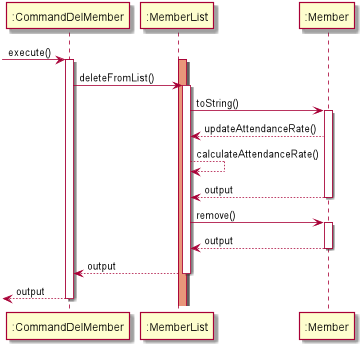
Earlier version of the PlantUML export docs/hrDiagramPic/CommandDelMember.png (nus-cs2113-AY2021S1/tp).
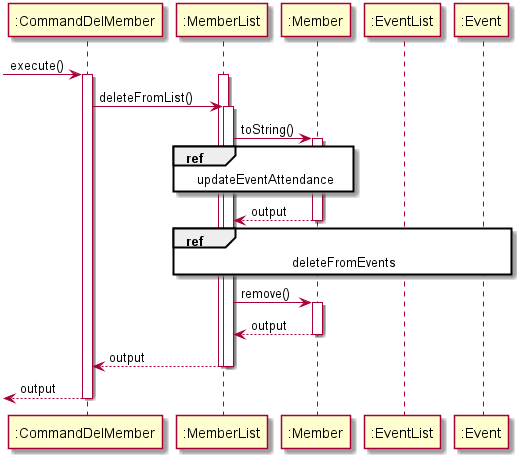
The same file after the commit.

The edit, as a diff of the source:
```diff
@@ -3,18 +3,24 @@
  -> ":CommandDelMember": execute()
 activate ":CommandDelMember"
 activate ":MemberList"
-activate ":MemberList" #DarkSalmon
 ":CommandDelMember" -> ":MemberList" : deleteFromList()
 activate ":MemberList"
 ":MemberList" -> ":Member" : toString()
 activate ":Member"
-":Member" --> ":MemberList" : updateAttendanceRate()
-":MemberList" --> ":MemberList" : calculateAttendanceRate()
+ref over ":Member", ":MemberList"
+    updateEventAttendance
+end ref
 return output
+
+ref over ":MemberList", ":Member", ":EventList", ":Event"
+    deleteFromEvents
+end ref
+
 ":MemberList" -> ":Member": remove()
 activate ":Member"
 return output
 return output
-return output
-
+deactivate ":MemberList"
+<-- ":CommandDelMember" : output
+deactivate ":CommandDelMember"
 @enduml
```
